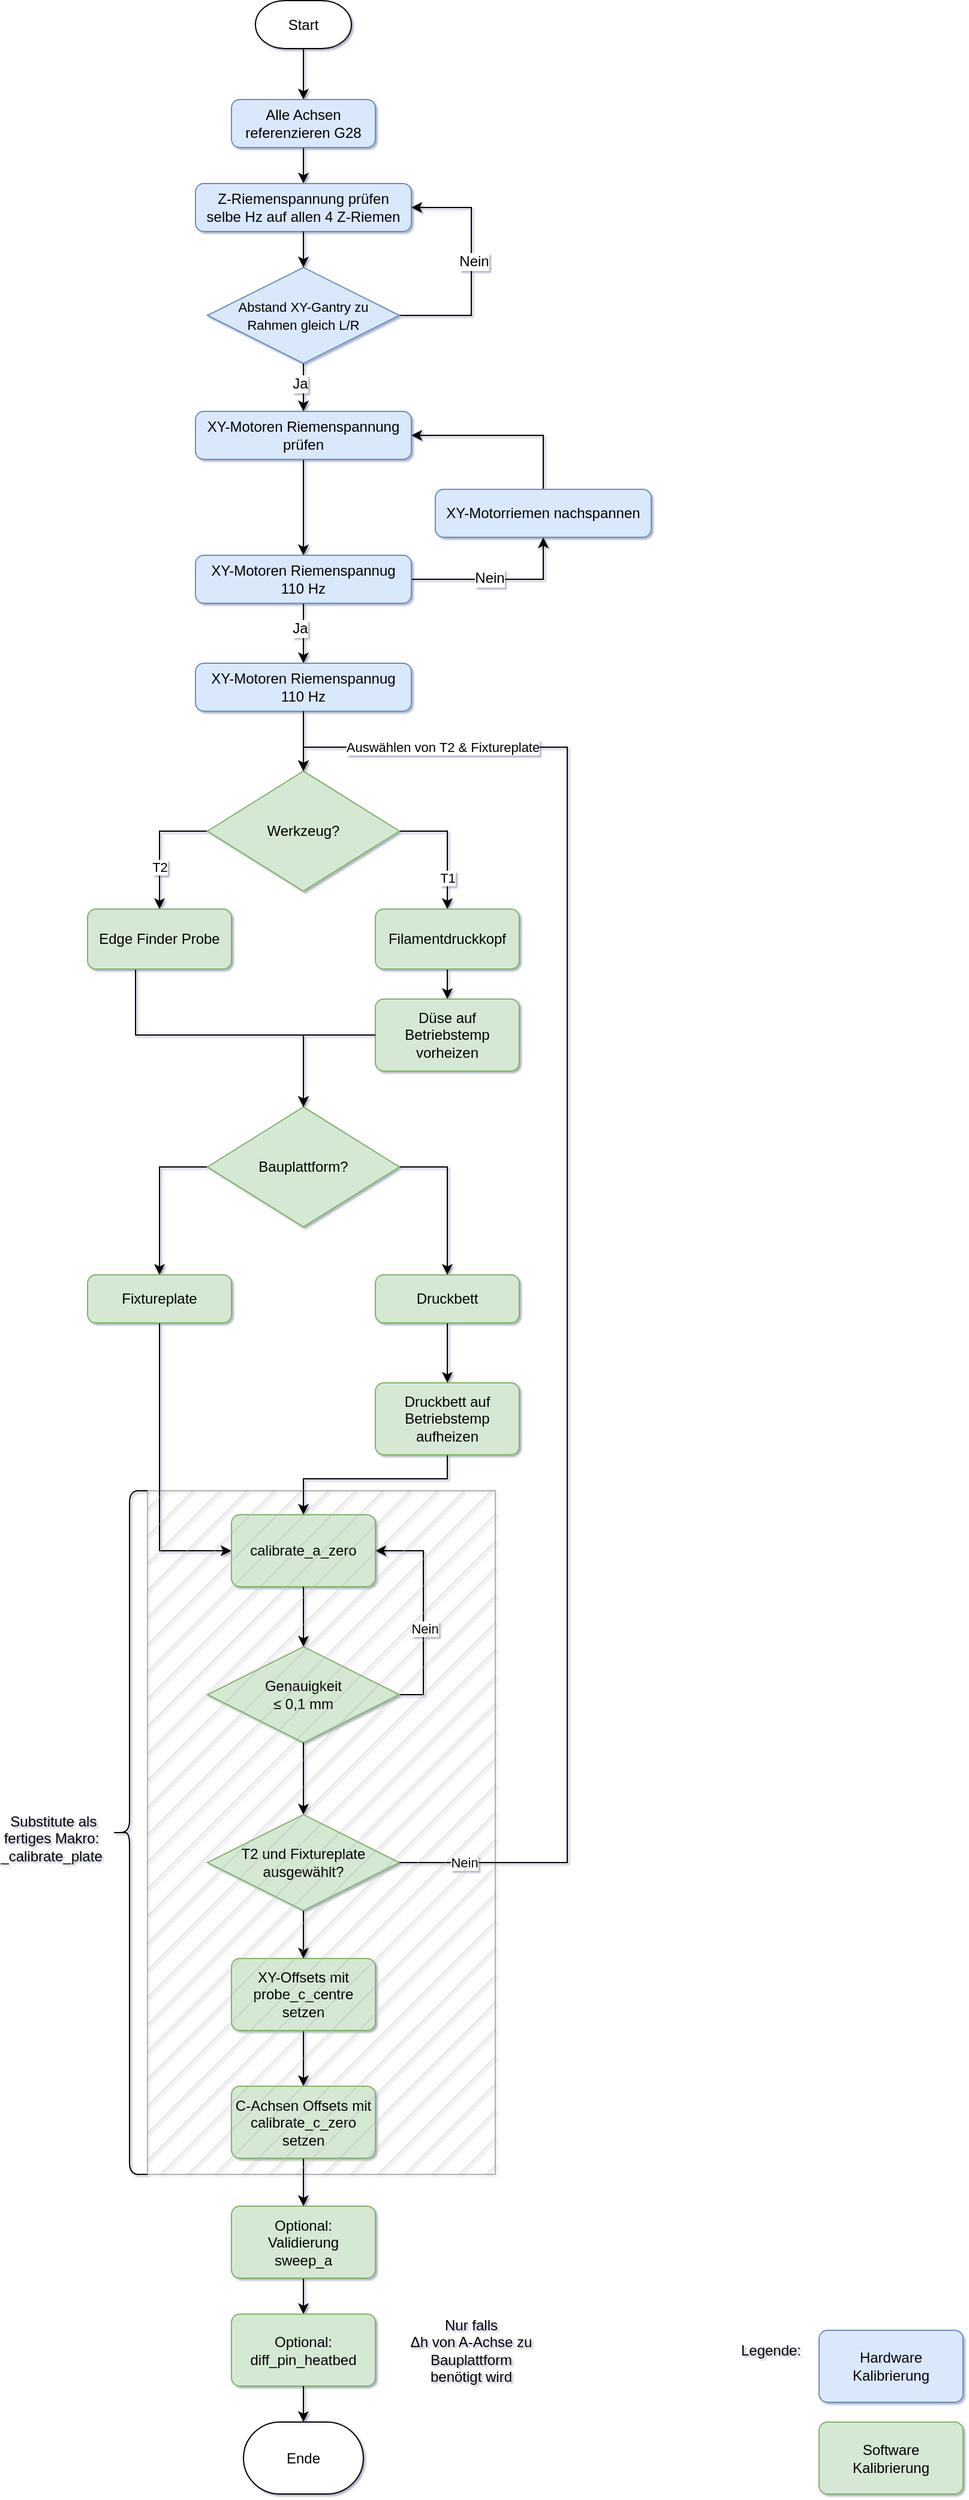
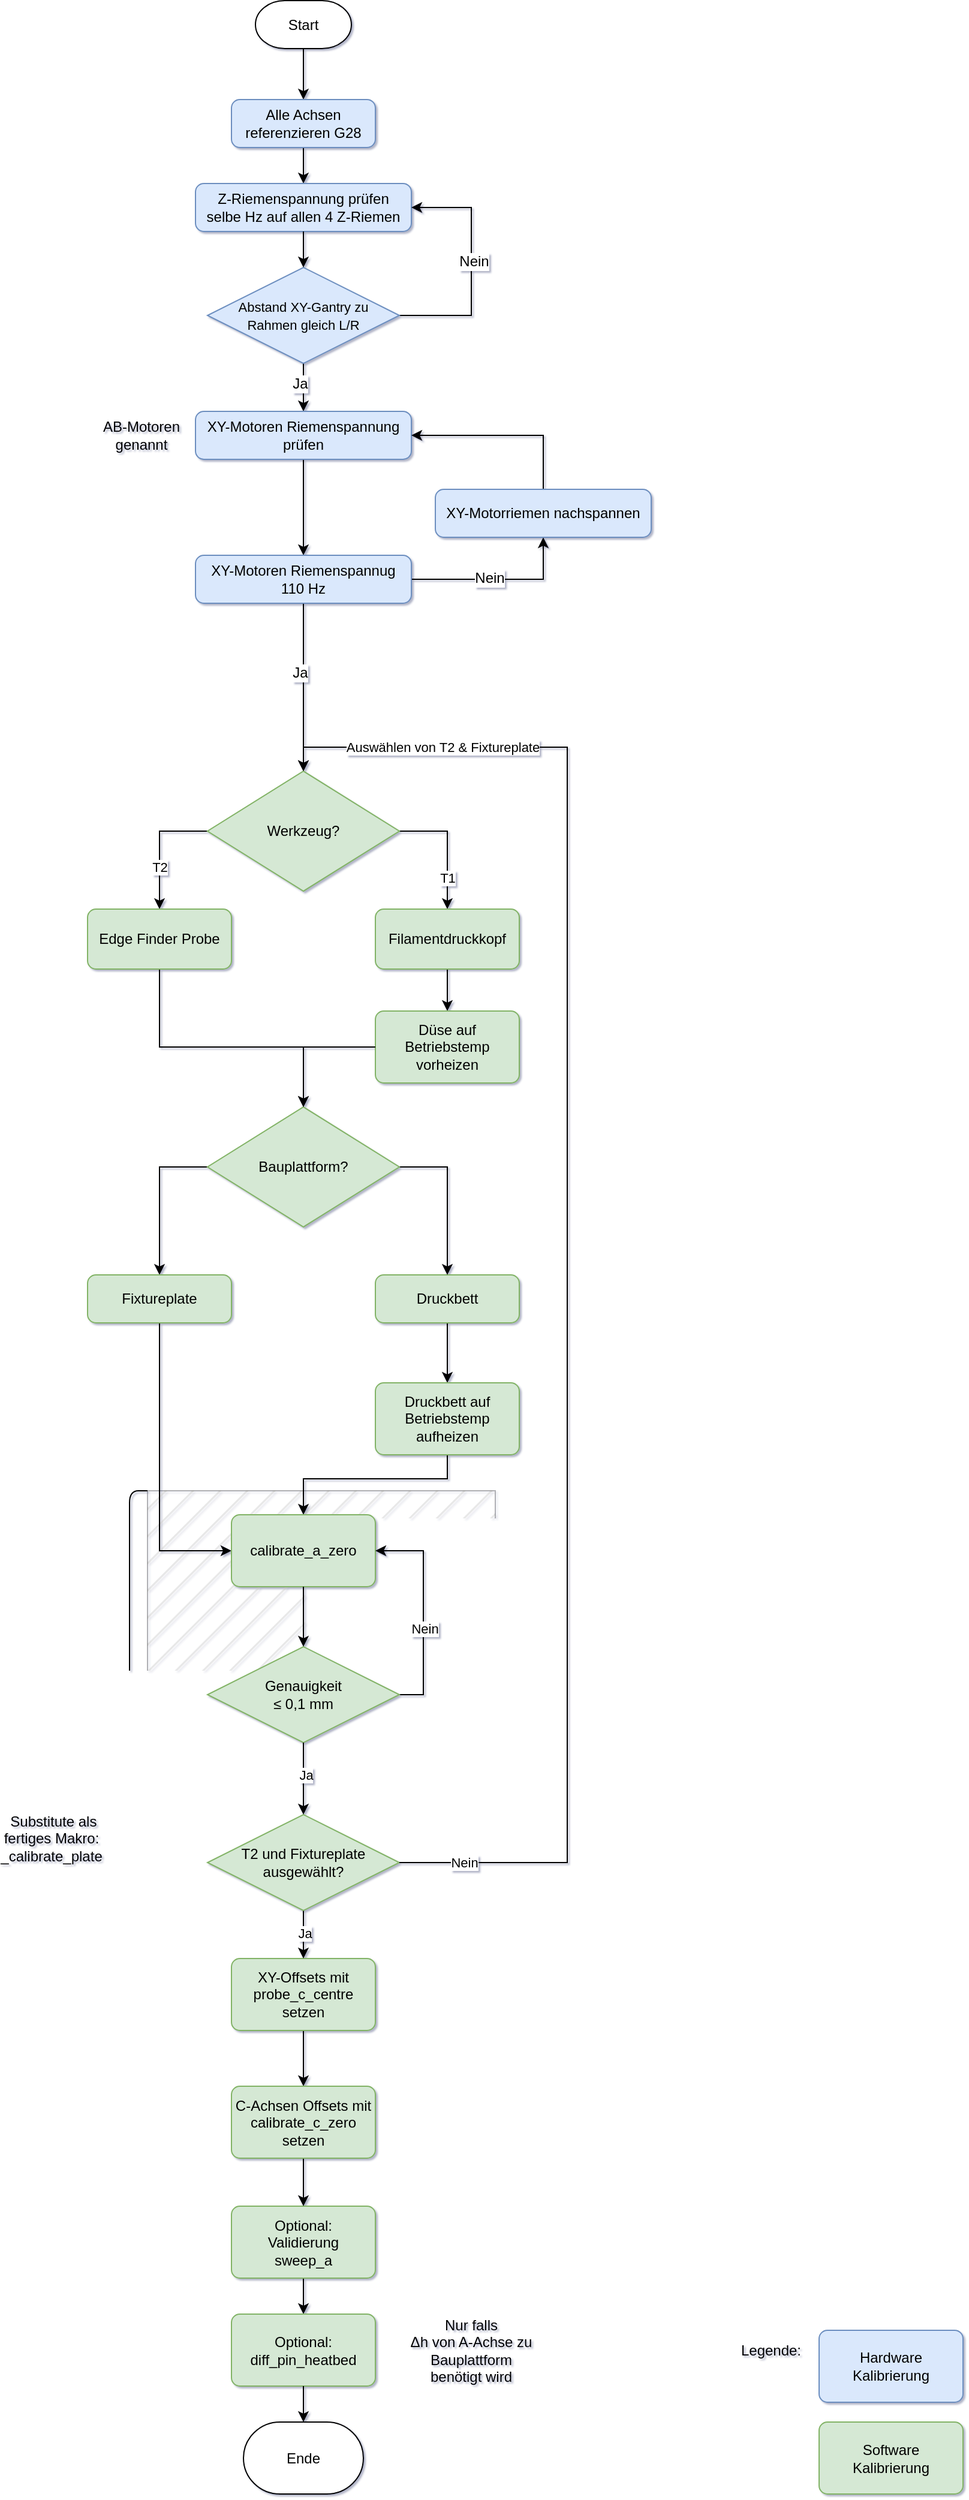
<mxfile host="app.diagrams.net" agent="5.0 (Windows NT 10.0; Win64; x64) AppleWebKit/537.36 (KHTML, like Gecko) Chrome/90.0.4430.212 Safari/537.36">
  <diagram name="Page-1" id="edf60f1a-56cd-e834-aa8a-f176f3a09ee4">
-     <mxGraphModel dx="1956" dy="1083" grid="1" gridSize="10" guides="1" tooltips="1" connect="1" arrows="1" fold="1" page="1" pageScale="1" pageWidth="827" pageHeight="1169" background="none" math="0" shadow="1">
+     <mxGraphModel dx="1131" dy="622" grid="1" gridSize="10" guides="1" tooltips="1" connect="1" arrows="1" fold="1" page="1" pageScale="1" pageWidth="827" pageHeight="1169" background="none" math="0" shadow="1">
      <root>
        <mxCell id="0" />
        <mxCell id="1" parent="0" />
+         <mxCell id="FIi98QtTblRB16goCm3a-30" connectable="0" parent="1" style="group" value="" vertex="1">
+           <mxGeometry height="570" width="320" x="100" y="1320" as="geometry" />
+         </mxCell>
+         <mxCell id="FIi98QtTblRB16goCm3a-29" parent="FIi98QtTblRB16goCm3a-30" style="whiteSpace=wrap;html=1;fillColor=#B3B3B3;fillStyle=hatch;gradientColor=none;opacity=30;" value="" vertex="1">
+           <mxGeometry height="569.9999999999999" width="290" x="30" as="geometry" />
+         </mxCell>
+         <mxCell id="FIi98QtTblRB16goCm3a-21" parent="FIi98QtTblRB16goCm3a-30" style="shape=curlyBracket;whiteSpace=wrap;html=1;rounded=1;labelPosition=left;verticalLabelPosition=middle;align=right;verticalAlign=middle;" value="" vertex="1">
+           <mxGeometry height="569.9999999999999" width="30" as="geometry" />
+         </mxCell>
        <mxCell id="6Rv4Ys9wquxRduYXBmIy-14" edge="1" parent="1" source="6Rv4Ys9wquxRduYXBmIy-1" style="edgeStyle=orthogonalEdgeStyle;rounded=0;orthogonalLoop=1;jettySize=auto;html=1;entryX=0.5;entryY=0;entryDx=0;entryDy=0;" target="_VjE9AJelsqWNRG-cR2B-2" value="">
          <mxGeometry relative="1" as="geometry">
            <mxPoint x="260" y="160" as="targetPoint" />
          </mxGeometry>
        </mxCell>
        <mxCell id="6Rv4Ys9wquxRduYXBmIy-1" parent="1" style="rounded=1;whiteSpace=wrap;html=1;strokeWidth=1;shape=mxgraph.flowchart.terminator;" value="Start" vertex="1">
          <mxGeometry height="40" width="80" x="220" y="77.5" as="geometry" />
        </mxCell>
        <mxCell id="_VjE9AJelsqWNRG-cR2B-6" edge="1" parent="1" source="_VjE9AJelsqWNRG-cR2B-2" style="edgeStyle=orthogonalEdgeStyle;rounded=0;orthogonalLoop=1;jettySize=auto;html=1;exitX=0.5;exitY=1;exitDx=0;exitDy=0;entryX=0.5;entryY=0;entryDx=0;entryDy=0;fontFamily=Helvetica;fontSize=12;fontColor=default;" target="_VjE9AJelsqWNRG-cR2B-5">
          <mxGeometry relative="1" as="geometry" />
        </mxCell>
        <mxCell id="_VjE9AJelsqWNRG-cR2B-2" parent="1" style="rounded=1;whiteSpace=wrap;html=1;absoluteArcSize=1;arcSize=14;strokeWidth=1;strokeColor=#6c8ebf;align=center;verticalAlign=middle;fontFamily=Helvetica;fontSize=12;fillColor=#dae8fc;" value="Alle Achsen referenzieren G28" vertex="1">
          <mxGeometry height="40" width="120" x="200" y="160" as="geometry" />
        </mxCell>
        <mxCell id="_VjE9AJelsqWNRG-cR2B-5" parent="1" style="rounded=1;whiteSpace=wrap;html=1;absoluteArcSize=1;arcSize=14;strokeWidth=1;strokeColor=#6c8ebf;align=center;verticalAlign=middle;fontFamily=Helvetica;fontSize=12;fillColor=#dae8fc;" value="Z-Riemenspannung prüfen&lt;div&gt;selbe Hz auf allen 4 Z-Riemen&lt;/div&gt;" vertex="1">
          <mxGeometry height="40" width="180" x="170" y="230" as="geometry" />
        </mxCell>
        <mxCell id="_VjE9AJelsqWNRG-cR2B-9" edge="1" parent="1" source="_VjE9AJelsqWNRG-cR2B-7" style="edgeStyle=orthogonalEdgeStyle;rounded=0;orthogonalLoop=1;jettySize=auto;html=1;exitX=1;exitY=0.5;exitDx=0;exitDy=0;exitPerimeter=0;entryX=1;entryY=0.5;entryDx=0;entryDy=0;fontFamily=Helvetica;fontSize=12;fontColor=default;" target="_VjE9AJelsqWNRG-cR2B-5">
          <mxGeometry relative="1" as="geometry">
            <Array as="points">
              <mxPoint x="400" y="340" />
              <mxPoint x="400" y="250" />
            </Array>
          </mxGeometry>
        </mxCell>
        <mxCell id="_VjE9AJelsqWNRG-cR2B-10" connectable="0" parent="_VjE9AJelsqWNRG-cR2B-9" style="edgeLabel;html=1;align=center;verticalAlign=middle;resizable=0;points=[];rounded=1;strokeColor=default;strokeWidth=1;arcSize=14;absoluteArcSize=1;fontFamily=Helvetica;fontSize=12;fontColor=default;fillColor=default;" value="Nein" vertex="1">
          <mxGeometry relative="1" x="0.0496" y="-2" as="geometry">
            <mxPoint as="offset" />
          </mxGeometry>
        </mxCell>
        <mxCell id="_VjE9AJelsqWNRG-cR2B-12" edge="1" parent="1" source="_VjE9AJelsqWNRG-cR2B-7" style="edgeStyle=orthogonalEdgeStyle;rounded=0;orthogonalLoop=1;jettySize=auto;html=1;exitX=0.5;exitY=1;exitDx=0;exitDy=0;exitPerimeter=0;entryX=0.5;entryY=0;entryDx=0;entryDy=0;fontFamily=Helvetica;fontSize=12;fontColor=default;" target="_VjE9AJelsqWNRG-cR2B-16">
          <mxGeometry relative="1" as="geometry">
            <mxPoint x="260" y="430" as="targetPoint" />
          </mxGeometry>
        </mxCell>
        <mxCell id="_VjE9AJelsqWNRG-cR2B-14" connectable="0" parent="_VjE9AJelsqWNRG-cR2B-12" style="edgeLabel;html=1;align=center;verticalAlign=middle;resizable=0;points=[];rounded=1;strokeColor=default;strokeWidth=1;arcSize=14;absoluteArcSize=1;fontFamily=Helvetica;fontSize=12;fontColor=default;fillColor=default;" value="Ja" vertex="1">
          <mxGeometry relative="1" x="-0.1467" y="-3" as="geometry">
            <mxPoint as="offset" />
          </mxGeometry>
        </mxCell>
        <mxCell id="_VjE9AJelsqWNRG-cR2B-7" parent="1" style="strokeWidth=1;html=1;shape=mxgraph.flowchart.decision;whiteSpace=wrap;rounded=1;strokeColor=#6c8ebf;align=center;verticalAlign=middle;arcSize=14;absoluteArcSize=1;fontFamily=Helvetica;fontSize=12;fillColor=#dae8fc;" value="&lt;font style=&quot;font-size: 11px;&quot;&gt;Abstand XY-Gantry zu&lt;br&gt;Rahmen gleich L/R&lt;/font&gt;" vertex="1">
          <mxGeometry height="80" width="160" x="180" y="300" as="geometry" />
        </mxCell>
        <mxCell id="_VjE9AJelsqWNRG-cR2B-8" edge="1" parent="1" source="_VjE9AJelsqWNRG-cR2B-5" style="edgeStyle=orthogonalEdgeStyle;rounded=0;orthogonalLoop=1;jettySize=auto;html=1;exitX=0.5;exitY=1;exitDx=0;exitDy=0;entryX=0.5;entryY=0;entryDx=0;entryDy=0;entryPerimeter=0;fontFamily=Helvetica;fontSize=12;fontColor=default;" target="_VjE9AJelsqWNRG-cR2B-7">
          <mxGeometry relative="1" as="geometry" />
        </mxCell>
        <mxCell id="_VjE9AJelsqWNRG-cR2B-20" edge="1" parent="1" source="_VjE9AJelsqWNRG-cR2B-16" style="edgeStyle=orthogonalEdgeStyle;rounded=0;orthogonalLoop=1;jettySize=auto;html=1;fontFamily=Helvetica;fontSize=12;fontColor=default;" target="_VjE9AJelsqWNRG-cR2B-19" value="">
          <mxGeometry relative="1" as="geometry" />
        </mxCell>
        <mxCell id="_VjE9AJelsqWNRG-cR2B-16" parent="1" style="rounded=1;whiteSpace=wrap;html=1;absoluteArcSize=1;arcSize=14;strokeWidth=1;strokeColor=#6c8ebf;align=center;verticalAlign=middle;fontFamily=Helvetica;fontSize=12;fillColor=#dae8fc;" value="XY-Motoren Riemenspannung prüfen" vertex="1">
          <mxGeometry height="40" width="180" x="170" y="420" as="geometry" />
        </mxCell>
        <mxCell id="_VjE9AJelsqWNRG-cR2B-23" edge="1" parent="1" source="_VjE9AJelsqWNRG-cR2B-19" style="edgeStyle=orthogonalEdgeStyle;rounded=0;orthogonalLoop=1;jettySize=auto;html=1;fontFamily=Helvetica;fontSize=12;fontColor=default;entryX=0.5;entryY=1;entryDx=0;entryDy=0;" target="_VjE9AJelsqWNRG-cR2B-22" value="">
          <mxGeometry relative="1" as="geometry" />
        </mxCell>
        <mxCell id="_VjE9AJelsqWNRG-cR2B-25" connectable="0" parent="_VjE9AJelsqWNRG-cR2B-23" style="edgeLabel;html=1;align=center;verticalAlign=middle;resizable=0;points=[];rounded=1;strokeColor=default;strokeWidth=1;arcSize=14;absoluteArcSize=1;fontFamily=Helvetica;fontSize=12;fontColor=default;fillColor=default;" value="Nein" vertex="1">
          <mxGeometry relative="1" x="-0.1088" y="1" as="geometry">
            <mxPoint as="offset" />
          </mxGeometry>
        </mxCell>
-         <mxCell id="_VjE9AJelsqWNRG-cR2B-27" edge="1" parent="1" source="_VjE9AJelsqWNRG-cR2B-19" style="edgeStyle=orthogonalEdgeStyle;rounded=0;orthogonalLoop=1;jettySize=auto;html=1;fontFamily=Helvetica;fontSize=12;fontColor=default;" target="_VjE9AJelsqWNRG-cR2B-26" value="">
-           <mxGeometry relative="1" as="geometry" />
+         <mxCell id="_VjE9AJelsqWNRG-cR2B-27" edge="1" parent="1" source="_VjE9AJelsqWNRG-cR2B-19" style="edgeStyle=orthogonalEdgeStyle;rounded=0;orthogonalLoop=1;jettySize=auto;html=1;fontFamily=Helvetica;fontSize=12;fontColor=default;entryX=0.5;entryY=0;entryDx=0;entryDy=0;entryPerimeter=0;" target="_VjE9AJelsqWNRG-cR2B-31" value="">
+           <mxGeometry relative="1" as="geometry">
+             <mxPoint x="260" y="630" as="targetPoint" />
+           </mxGeometry>
        </mxCell>
        <mxCell id="_VjE9AJelsqWNRG-cR2B-28" connectable="0" parent="_VjE9AJelsqWNRG-cR2B-27" style="edgeLabel;html=1;align=center;verticalAlign=middle;resizable=0;points=[];rounded=1;strokeColor=default;strokeWidth=1;arcSize=14;absoluteArcSize=1;fontFamily=Helvetica;fontSize=12;fontColor=default;fillColor=default;" value="Ja" vertex="1">
          <mxGeometry relative="1" x="-0.176" y="-3" as="geometry">
            <mxPoint as="offset" />
          </mxGeometry>
        </mxCell>
        <mxCell id="_VjE9AJelsqWNRG-cR2B-19" parent="1" style="rounded=1;whiteSpace=wrap;html=1;absoluteArcSize=1;arcSize=14;strokeWidth=1;strokeColor=#6c8ebf;align=center;verticalAlign=middle;fontFamily=Helvetica;fontSize=12;fillColor=#dae8fc;" value="XY-Motoren Riemenspannug&lt;div&gt;110 Hz&lt;/div&gt;" vertex="1">
          <mxGeometry height="40" width="180" x="170" y="540" as="geometry" />
        </mxCell>
        <mxCell id="_VjE9AJelsqWNRG-cR2B-24" edge="1" parent="1" source="_VjE9AJelsqWNRG-cR2B-22" style="edgeStyle=orthogonalEdgeStyle;rounded=0;orthogonalLoop=1;jettySize=auto;html=1;exitX=0.5;exitY=0;exitDx=0;exitDy=0;entryX=1;entryY=0.5;entryDx=0;entryDy=0;fontFamily=Helvetica;fontSize=12;fontColor=default;" target="_VjE9AJelsqWNRG-cR2B-16">
          <mxGeometry relative="1" as="geometry" />
        </mxCell>
        <mxCell id="_VjE9AJelsqWNRG-cR2B-22" parent="1" style="rounded=1;whiteSpace=wrap;html=1;absoluteArcSize=1;arcSize=14;strokeWidth=1;strokeColor=#6c8ebf;align=center;verticalAlign=middle;fontFamily=Helvetica;fontSize=12;fillColor=#dae8fc;" value="XY-Motorriemen nachspannen" vertex="1">
          <mxGeometry height="40" width="180" x="370" y="485" as="geometry" />
-         </mxCell>
-         <mxCell id="_VjE9AJelsqWNRG-cR2B-26" parent="1" style="rounded=1;whiteSpace=wrap;html=1;absoluteArcSize=1;arcSize=14;strokeWidth=1;strokeColor=#6c8ebf;align=center;verticalAlign=middle;fontFamily=Helvetica;fontSize=12;fillColor=#dae8fc;" value="XY-Motoren Riemenspannug&lt;div&gt;110 Hz&lt;/div&gt;" vertex="1">
-           <mxGeometry height="40" width="180" x="170" y="630" as="geometry" />
        </mxCell>
        <mxCell id="yzWLUrRVBPCjE_x2O5sb-3" edge="1" parent="1" source="_VjE9AJelsqWNRG-cR2B-31" style="edgeStyle=orthogonalEdgeStyle;rounded=0;orthogonalLoop=1;jettySize=auto;html=1;exitX=0;exitY=0.5;exitDx=0;exitDy=0;exitPerimeter=0;entryX=0.5;entryY=0;entryDx=0;entryDy=0;" target="_VjE9AJelsqWNRG-cR2B-47">
          <mxGeometry relative="1" as="geometry" />
        </mxCell>
        <mxCell id="yzWLUrRVBPCjE_x2O5sb-6" connectable="0" parent="yzWLUrRVBPCjE_x2O5sb-3" style="edgeLabel;html=1;align=center;verticalAlign=middle;resizable=0;points=[];" value="T2" vertex="1">
          <mxGeometry relative="1" x="0.0798" y="-2" as="geometry">
            <mxPoint x="2" y="13" as="offset" />
          </mxGeometry>
        </mxCell>
        <mxCell id="yzWLUrRVBPCjE_x2O5sb-4" edge="1" parent="1" source="_VjE9AJelsqWNRG-cR2B-31" style="edgeStyle=orthogonalEdgeStyle;rounded=0;orthogonalLoop=1;jettySize=auto;html=1;exitX=1;exitY=0.5;exitDx=0;exitDy=0;exitPerimeter=0;entryX=0.5;entryY=0;entryDx=0;entryDy=0;" target="_VjE9AJelsqWNRG-cR2B-33">
          <mxGeometry relative="1" as="geometry" />
        </mxCell>
        <mxCell id="yzWLUrRVBPCjE_x2O5sb-5" connectable="0" parent="yzWLUrRVBPCjE_x2O5sb-4" style="edgeLabel;html=1;align=center;verticalAlign=middle;resizable=0;points=[];" value="T1" vertex="1">
          <mxGeometry relative="1" x="0.1738" y="2" as="geometry">
            <mxPoint x="-2" y="17" as="offset" />
          </mxGeometry>
        </mxCell>
        <mxCell id="_VjE9AJelsqWNRG-cR2B-31" parent="1" style="strokeWidth=1;html=1;shape=mxgraph.flowchart.decision;whiteSpace=wrap;rounded=1;align=center;verticalAlign=middle;arcSize=14;absoluteArcSize=1;fontFamily=Helvetica;fontSize=12;fillColor=#d5e8d4;strokeColor=#82b366;" value="Werkzeug?" vertex="1">
          <mxGeometry height="100" width="160" x="180" y="720" as="geometry" />
        </mxCell>
-         <mxCell id="_VjE9AJelsqWNRG-cR2B-32" edge="1" parent="1" source="_VjE9AJelsqWNRG-cR2B-26" style="edgeStyle=orthogonalEdgeStyle;rounded=0;orthogonalLoop=1;jettySize=auto;html=1;exitX=0.5;exitY=1;exitDx=0;exitDy=0;entryX=0.5;entryY=0;entryDx=0;entryDy=0;entryPerimeter=0;fontFamily=Helvetica;fontSize=12;fontColor=default;" target="_VjE9AJelsqWNRG-cR2B-31">
-           <mxGeometry relative="1" as="geometry" />
-         </mxCell>
        <mxCell id="yzWLUrRVBPCjE_x2O5sb-7" edge="1" parent="1" source="_VjE9AJelsqWNRG-cR2B-33" style="edgeStyle=orthogonalEdgeStyle;rounded=0;orthogonalLoop=1;jettySize=auto;html=1;exitX=0.5;exitY=1;exitDx=0;exitDy=0;entryX=0.5;entryY=0;entryDx=0;entryDy=0;" target="_VjE9AJelsqWNRG-cR2B-52">
          <mxGeometry relative="1" as="geometry" />
        </mxCell>
        <mxCell id="_VjE9AJelsqWNRG-cR2B-33" parent="1" style="whiteSpace=wrap;html=1;strokeWidth=1;rounded=1;arcSize=14;absoluteArcSize=1;fillColor=#d5e8d4;strokeColor=#82b366;" value="Filamentdruckkopf" vertex="1">
          <mxGeometry height="50" width="120" x="320" y="835" as="geometry" />
        </mxCell>
        <mxCell id="-hY4OvKay7_CAMQPIOxO-2" edge="1" parent="1" source="_VjE9AJelsqWNRG-cR2B-36" style="edgeStyle=orthogonalEdgeStyle;rounded=0;orthogonalLoop=1;jettySize=auto;html=1;" target="-hY4OvKay7_CAMQPIOxO-1" value="">
          <mxGeometry relative="1" as="geometry" />
        </mxCell>
        <mxCell id="_VjE9AJelsqWNRG-cR2B-36" parent="1" style="whiteSpace=wrap;html=1;strokeWidth=1;rounded=1;arcSize=14;absoluteArcSize=1;fillColor=#d5e8d4;strokeColor=#82b366;" value="Druckbett" vertex="1">
          <mxGeometry height="40" width="120" x="320" y="1140" as="geometry" />
        </mxCell>
        <mxCell id="_VjE9AJelsqWNRG-cR2B-73" edge="1" parent="1" source="_VjE9AJelsqWNRG-cR2B-42" style="edgeStyle=orthogonalEdgeStyle;rounded=0;orthogonalLoop=1;jettySize=auto;html=1;exitX=1;exitY=0.5;exitDx=0;exitDy=0;exitPerimeter=0;entryX=0.5;entryY=0;entryDx=0;entryDy=0;fontFamily=Helvetica;fontSize=12;fontColor=default;" target="_VjE9AJelsqWNRG-cR2B-36">
          <mxGeometry relative="1" as="geometry" />
        </mxCell>
        <mxCell id="_VjE9AJelsqWNRG-cR2B-74" edge="1" parent="1" source="_VjE9AJelsqWNRG-cR2B-42" style="edgeStyle=orthogonalEdgeStyle;rounded=0;orthogonalLoop=1;jettySize=auto;html=1;exitX=0;exitY=0.5;exitDx=0;exitDy=0;exitPerimeter=0;entryX=0.5;entryY=0;entryDx=0;entryDy=0;fontFamily=Helvetica;fontSize=12;fontColor=default;" target="_VjE9AJelsqWNRG-cR2B-45">
          <mxGeometry relative="1" as="geometry" />
        </mxCell>
        <mxCell id="_VjE9AJelsqWNRG-cR2B-42" parent="1" style="strokeWidth=1;html=1;shape=mxgraph.flowchart.decision;whiteSpace=wrap;rounded=1;align=center;verticalAlign=middle;arcSize=14;absoluteArcSize=1;fontFamily=Helvetica;fontSize=12;fillColor=#d5e8d4;strokeColor=#82b366;" value="Bauplattform?" vertex="1">
          <mxGeometry height="100" width="160" x="180" y="1000" as="geometry" />
        </mxCell>
        <mxCell id="yzWLUrRVBPCjE_x2O5sb-12" edge="1" parent="1" source="_VjE9AJelsqWNRG-cR2B-45" style="edgeStyle=orthogonalEdgeStyle;rounded=0;orthogonalLoop=1;jettySize=auto;html=1;entryX=0;entryY=0.5;entryDx=0;entryDy=0;" target="-hY4OvKay7_CAMQPIOxO-3" value="">
          <mxGeometry relative="1" as="geometry">
            <mxPoint x="140" y="1230" as="targetPoint" />
          </mxGeometry>
        </mxCell>
        <mxCell id="_VjE9AJelsqWNRG-cR2B-45" parent="1" style="whiteSpace=wrap;html=1;strokeWidth=1;rounded=1;arcSize=14;absoluteArcSize=1;fillColor=#d5e8d4;strokeColor=#82b366;" value="Fixtureplate" vertex="1">
          <mxGeometry height="40" width="120" x="80" y="1140" as="geometry" />
        </mxCell>
-         <mxCell id="yzWLUrRVBPCjE_x2O5sb-10" edge="1" parent="1" source="_VjE9AJelsqWNRG-cR2B-47" style="edgeStyle=orthogonalEdgeStyle;rounded=0;orthogonalLoop=1;jettySize=auto;html=1;exitX=0.5;exitY=1;exitDx=0;exitDy=0;">
-           <mxGeometry relative="1" as="geometry">
-             <Array as="points">
-               <mxPoint x="120" y="940" />
-               <mxPoint x="260" y="940" />
+         <mxCell id="O208lChFFnD3IIj3Fjv--3" edge="1" parent="1" source="_VjE9AJelsqWNRG-cR2B-47" style="edgeStyle=orthogonalEdgeStyle;rounded=0;orthogonalLoop=1;jettySize=auto;html=1;exitX=0.5;exitY=1;exitDx=0;exitDy=0;">
+           <mxGeometry relative="1" as="geometry">
+             <Array as="points">
+               <mxPoint x="140" y="950" />
+               <mxPoint x="260" y="950" />
            </Array>
            <mxPoint x="260" y="1000" as="targetPoint" />
          </mxGeometry>
        </mxCell>
        <mxCell id="_VjE9AJelsqWNRG-cR2B-47" parent="1" style="whiteSpace=wrap;html=1;strokeWidth=1;rounded=1;arcSize=14;absoluteArcSize=1;fillColor=#d5e8d4;strokeColor=#82b366;" value="Edge Finder Probe" vertex="1">
          <mxGeometry height="50" width="120" x="80" y="835" as="geometry" />
        </mxCell>
        <mxCell id="_VjE9AJelsqWNRG-cR2B-52" parent="1" style="whiteSpace=wrap;html=1;strokeWidth=1;rounded=1;arcSize=14;absoluteArcSize=1;fillColor=#d5e8d4;strokeColor=#82b366;" value="Düse auf Betriebstemp vorheizen" vertex="1">
-           <mxGeometry height="60" width="120" x="320" y="910" as="geometry" />
+           <mxGeometry height="60" width="120" x="320" y="920" as="geometry" />
        </mxCell>
        <mxCell id="yzWLUrRVBPCjE_x2O5sb-14" edge="1" parent="1" source="-hY4OvKay7_CAMQPIOxO-1" style="edgeStyle=orthogonalEdgeStyle;rounded=0;orthogonalLoop=1;jettySize=auto;html=1;exitX=0.5;exitY=1;exitDx=0;exitDy=0;entryX=0.5;entryY=0;entryDx=0;entryDy=0;" target="-hY4OvKay7_CAMQPIOxO-3">
          <mxGeometry relative="1" as="geometry">
            <Array as="points">
              <mxPoint x="380" y="1310" />
              <mxPoint x="260" y="1310" />
            </Array>
          </mxGeometry>
        </mxCell>
        <mxCell id="-hY4OvKay7_CAMQPIOxO-1" parent="1" style="whiteSpace=wrap;html=1;strokeWidth=1;rounded=1;arcSize=14;absoluteArcSize=1;fillColor=#d5e8d4;strokeColor=#82b366;" value="Druckbett auf Betriebstemp&lt;br&gt;aufheizen" vertex="1">
          <mxGeometry height="60" width="120" x="320" y="1230" as="geometry" />
        </mxCell>
        <mxCell id="-hY4OvKay7_CAMQPIOxO-3" parent="1" style="whiteSpace=wrap;html=1;strokeWidth=1;rounded=1;arcSize=14;absoluteArcSize=1;fillColor=#d5e8d4;strokeColor=#82b366;" value="calibrate_a_zero" vertex="1">
          <mxGeometry height="60" width="120" x="200" y="1340" as="geometry" />
        </mxCell>
        <mxCell id="-hY4OvKay7_CAMQPIOxO-7" edge="1" parent="1" source="-hY4OvKay7_CAMQPIOxO-5" style="edgeStyle=orthogonalEdgeStyle;rounded=0;orthogonalLoop=1;jettySize=auto;html=1;exitX=1;exitY=0.5;exitDx=0;exitDy=0;exitPerimeter=0;entryX=1;entryY=0.5;entryDx=0;entryDy=0;" target="-hY4OvKay7_CAMQPIOxO-3">
          <mxGeometry relative="1" as="geometry" />
        </mxCell>
        <mxCell id="-hY4OvKay7_CAMQPIOxO-8" connectable="0" parent="-hY4OvKay7_CAMQPIOxO-7" style="edgeLabel;html=1;align=center;verticalAlign=middle;resizable=0;points=[];" value="Nein" vertex="1">
          <mxGeometry relative="1" x="-0.1603" y="-1" as="geometry">
            <mxPoint as="offset" />
          </mxGeometry>
        </mxCell>
        <mxCell id="-hY4OvKay7_CAMQPIOxO-5" parent="1" style="strokeWidth=1;html=1;shape=mxgraph.flowchart.decision;whiteSpace=wrap;rounded=1;align=center;verticalAlign=middle;arcSize=14;absoluteArcSize=1;fontFamily=Helvetica;fontSize=12;fillColor=#d5e8d4;strokeColor=#82b366;" value="Genauigkeit&lt;br&gt;≤ 0,1 mm" vertex="1">
          <mxGeometry height="80" width="160" x="180" y="1450" as="geometry" />
        </mxCell>
        <mxCell id="-hY4OvKay7_CAMQPIOxO-6" edge="1" parent="1" source="-hY4OvKay7_CAMQPIOxO-3" style="edgeStyle=orthogonalEdgeStyle;rounded=0;orthogonalLoop=1;jettySize=auto;html=1;exitX=0.5;exitY=1;exitDx=0;exitDy=0;entryX=0.5;entryY=0;entryDx=0;entryDy=0;entryPerimeter=0;" target="-hY4OvKay7_CAMQPIOxO-5">
          <mxGeometry relative="1" as="geometry" />
        </mxCell>
        <mxCell id="FIi98QtTblRB16goCm3a-5" edge="1" parent="1" source="-hY4OvKay7_CAMQPIOxO-9" style="edgeStyle=orthogonalEdgeStyle;rounded=0;orthogonalLoop=1;jettySize=auto;html=1;exitX=0.5;exitY=1;exitDx=0;exitDy=0;entryX=0.5;entryY=0;entryDx=0;entryDy=0;" target="FIi98QtTblRB16goCm3a-4">
          <mxGeometry relative="1" as="geometry" />
        </mxCell>
        <mxCell id="-hY4OvKay7_CAMQPIOxO-9" parent="1" style="whiteSpace=wrap;html=1;strokeWidth=1;rounded=1;arcSize=14;absoluteArcSize=1;fillColor=#d5e8d4;strokeColor=#82b366;" value="Optional: &lt;br&gt;Validierung&lt;br&gt;sweep_a" vertex="1">
          <mxGeometry height="60" width="120" x="200" y="1916.5" as="geometry" />
        </mxCell>
        <mxCell id="-hY4OvKay7_CAMQPIOxO-11" parent="1" style="strokeWidth=1;html=1;shape=mxgraph.flowchart.terminator;whiteSpace=wrap;" value="Ende" vertex="1">
          <mxGeometry height="60" width="100" x="210" y="2096.5" as="geometry" />
        </mxCell>
-         <mxCell id="yzWLUrRVBPCjE_x2O5sb-9" edge="1" parent="1" source="_VjE9AJelsqWNRG-cR2B-52" style="edgeStyle=orthogonalEdgeStyle;rounded=0;orthogonalLoop=1;jettySize=auto;html=1;exitX=0;exitY=0.5;exitDx=0;exitDy=0;entryX=0.5;entryY=0;entryDx=0;entryDy=0;entryPerimeter=0;" target="_VjE9AJelsqWNRG-cR2B-42">
-           <mxGeometry relative="1" as="geometry">
-             <Array as="points">
-               <mxPoint x="260" y="940" />
-             </Array>
-           </mxGeometry>
-         </mxCell>
        <mxCell id="yzWLUrRVBPCjE_x2O5sb-18" edge="1" parent="1" source="yzWLUrRVBPCjE_x2O5sb-15" style="edgeStyle=orthogonalEdgeStyle;rounded=0;orthogonalLoop=1;jettySize=auto;html=1;" target="yzWLUrRVBPCjE_x2O5sb-17" value="">
          <mxGeometry relative="1" as="geometry" />
        </mxCell>
        <mxCell id="yzWLUrRVBPCjE_x2O5sb-15" parent="1" style="whiteSpace=wrap;html=1;strokeWidth=1;rounded=1;arcSize=14;absoluteArcSize=1;fillColor=#d5e8d4;strokeColor=#82b366;" value="XY-Offsets mit&lt;div&gt;probe_c_centre setzen&lt;/div&gt;" vertex="1">
          <mxGeometry height="60" width="120" x="200" y="1710" as="geometry" />
        </mxCell>
        <mxCell id="yzWLUrRVBPCjE_x2O5sb-19" edge="1" parent="1" source="yzWLUrRVBPCjE_x2O5sb-17" style="edgeStyle=orthogonalEdgeStyle;rounded=0;orthogonalLoop=1;jettySize=auto;html=1;exitX=0.5;exitY=1;exitDx=0;exitDy=0;entryX=0.5;entryY=0;entryDx=0;entryDy=0;" target="-hY4OvKay7_CAMQPIOxO-9">
          <mxGeometry relative="1" as="geometry" />
        </mxCell>
        <mxCell id="yzWLUrRVBPCjE_x2O5sb-17" parent="1" style="whiteSpace=wrap;html=1;strokeWidth=1;rounded=1;arcSize=14;absoluteArcSize=1;fillColor=#d5e8d4;strokeColor=#82b366;" value="C-Achsen Offsets mit calibrate_c_zero setzen" vertex="1">
          <mxGeometry height="60" width="120" x="200" y="1816.5" as="geometry" />
        </mxCell>
        <mxCell id="FIi98QtTblRB16goCm3a-4" parent="1" style="whiteSpace=wrap;html=1;strokeWidth=1;rounded=1;arcSize=14;absoluteArcSize=1;fillColor=#d5e8d4;strokeColor=#82b366;" value="Optional: &lt;br&gt;diff_pin_heatbed" vertex="1">
          <mxGeometry height="60" width="120" x="200" y="2006.5" as="geometry" />
        </mxCell>
        <mxCell id="FIi98QtTblRB16goCm3a-6" edge="1" parent="1" source="FIi98QtTblRB16goCm3a-4" style="edgeStyle=orthogonalEdgeStyle;rounded=0;orthogonalLoop=1;jettySize=auto;html=1;exitX=0.5;exitY=1;exitDx=0;exitDy=0;entryX=0.5;entryY=0;entryDx=0;entryDy=0;entryPerimeter=0;" target="-hY4OvKay7_CAMQPIOxO-11">
          <mxGeometry relative="1" as="geometry" />
        </mxCell>
        <mxCell id="FIi98QtTblRB16goCm3a-8" parent="1" style="text;html=1;whiteSpace=wrap;strokeColor=none;fillColor=none;align=center;verticalAlign=middle;rounded=0;" value="Nur falls&lt;div&gt;Δh von A-Achse zu Bauplattform&lt;/div&gt;&lt;div&gt;benötigt wird&lt;/div&gt;" vertex="1">
          <mxGeometry height="30" width="140" x="330" y="2021.5" as="geometry" />
        </mxCell>
        <mxCell id="FIi98QtTblRB16goCm3a-20" edge="1" parent="1" source="FIi98QtTblRB16goCm3a-15" style="edgeStyle=orthogonalEdgeStyle;rounded=0;orthogonalLoop=1;jettySize=auto;html=1;exitX=0.5;exitY=1;exitDx=0;exitDy=0;exitPerimeter=0;entryX=0.5;entryY=0;entryDx=0;entryDy=0;" target="yzWLUrRVBPCjE_x2O5sb-15">
          <mxGeometry relative="1" as="geometry" />
        </mxCell>
+         <mxCell id="O208lChFFnD3IIj3Fjv--5" connectable="0" parent="FIi98QtTblRB16goCm3a-20" style="edgeLabel;html=1;align=center;verticalAlign=middle;resizable=0;points=[];" value="Ja" vertex="1">
+           <mxGeometry relative="1" x="-0.04" y="1" as="geometry">
+             <mxPoint as="offset" />
+           </mxGeometry>
+         </mxCell>
        <mxCell id="FIi98QtTblRB16goCm3a-15" parent="1" style="strokeWidth=1;html=1;shape=mxgraph.flowchart.decision;whiteSpace=wrap;rounded=1;align=center;verticalAlign=middle;arcSize=14;absoluteArcSize=1;fontFamily=Helvetica;fontSize=12;fillColor=#d5e8d4;strokeColor=#82b366;" value="T2 und Fixtureplate ausgewählt?" vertex="1">
          <mxGeometry height="80" width="160" x="180" y="1590" as="geometry" />
        </mxCell>
        <mxCell id="FIi98QtTblRB16goCm3a-16" edge="1" parent="1" source="-hY4OvKay7_CAMQPIOxO-5" style="edgeStyle=orthogonalEdgeStyle;rounded=0;orthogonalLoop=1;jettySize=auto;html=1;exitX=0.5;exitY=1;exitDx=0;exitDy=0;exitPerimeter=0;entryX=0.5;entryY=0;entryDx=0;entryDy=0;entryPerimeter=0;" target="FIi98QtTblRB16goCm3a-15">
          <mxGeometry relative="1" as="geometry" />
+         </mxCell>
+         <mxCell id="O208lChFFnD3IIj3Fjv--4" connectable="0" parent="FIi98QtTblRB16goCm3a-16" style="edgeLabel;html=1;align=center;verticalAlign=middle;resizable=0;points=[];" value="Ja" vertex="1">
+           <mxGeometry relative="1" x="-0.12" y="2" as="geometry">
+             <mxPoint as="offset" />
+           </mxGeometry>
        </mxCell>
        <mxCell id="FIi98QtTblRB16goCm3a-17" edge="1" parent="1" source="FIi98QtTblRB16goCm3a-15" style="edgeStyle=orthogonalEdgeStyle;rounded=0;orthogonalLoop=1;jettySize=auto;html=1;exitX=1;exitY=0.5;exitDx=0;exitDy=0;exitPerimeter=0;entryX=0.5;entryY=0;entryDx=0;entryDy=0;entryPerimeter=0;" target="_VjE9AJelsqWNRG-cR2B-31">
          <mxGeometry relative="1" as="geometry">
            <Array as="points">
              <mxPoint x="480" y="1630" />
              <mxPoint x="480" y="700" />
              <mxPoint x="260" y="700" />
            </Array>
          </mxGeometry>
        </mxCell>
        <mxCell id="FIi98QtTblRB16goCm3a-18" connectable="0" parent="FIi98QtTblRB16goCm3a-17" style="edgeLabel;html=1;align=center;verticalAlign=middle;resizable=0;points=[];" value="Nein" vertex="1">
          <mxGeometry relative="1" x="-0.9178" as="geometry">
            <mxPoint as="offset" />
          </mxGeometry>
        </mxCell>
        <mxCell id="FIi98QtTblRB16goCm3a-28" connectable="0" parent="FIi98QtTblRB16goCm3a-17" style="edgeLabel;html=1;align=center;verticalAlign=middle;resizable=0;points=[];" value="Auswählen von T2 &amp;amp; Fixtureplate" vertex="1">
          <mxGeometry relative="1" x="0.7933" as="geometry">
            <mxPoint as="offset" />
          </mxGeometry>
        </mxCell>
        <mxCell id="FIi98QtTblRB16goCm3a-22" parent="1" style="text;html=1;whiteSpace=wrap;strokeColor=none;fillColor=none;align=center;verticalAlign=middle;rounded=0;" value="&amp;nbsp;Substitute als fertiges Makro: _calibrate_plate" vertex="1">
          <mxGeometry height="30" width="60" x="20" y="1595" as="geometry" />
        </mxCell>
        <mxCell id="FIi98QtTblRB16goCm3a-25" parent="1" style="whiteSpace=wrap;html=1;strokeWidth=1;rounded=1;arcSize=14;absoluteArcSize=1;fillColor=#d5e8d4;strokeColor=#82b366;" value="Software&lt;div&gt;Kalibrierung&lt;/div&gt;" vertex="1">
          <mxGeometry height="60" width="120" x="690" y="2096.5" as="geometry" />
        </mxCell>
        <mxCell id="FIi98QtTblRB16goCm3a-26" parent="1" style="whiteSpace=wrap;html=1;strokeWidth=1;rounded=1;arcSize=14;absoluteArcSize=1;fillColor=#dae8fc;strokeColor=#6c8ebf;" value="Hardware&lt;br&gt;Kalibrierung" vertex="1">
          <mxGeometry height="60" width="120" x="690" y="2020" as="geometry" />
        </mxCell>
        <mxCell id="FIi98QtTblRB16goCm3a-27" parent="1" style="text;html=1;whiteSpace=wrap;strokeColor=none;fillColor=none;align=center;verticalAlign=middle;rounded=0;" value="Legende:" vertex="1">
          <mxGeometry height="30" width="60" x="620" y="2021.5" as="geometry" />
        </mxCell>
-         <mxCell id="FIi98QtTblRB16goCm3a-30" connectable="0" parent="1" style="group" value="" vertex="1">
-           <mxGeometry height="570" width="320" x="100" y="1320" as="geometry" />
-         </mxCell>
-         <mxCell id="FIi98QtTblRB16goCm3a-21" parent="FIi98QtTblRB16goCm3a-30" style="shape=curlyBracket;whiteSpace=wrap;html=1;rounded=1;labelPosition=left;verticalLabelPosition=middle;align=right;verticalAlign=middle;" value="" vertex="1">
-           <mxGeometry height="569.9999999999999" width="30" as="geometry" />
-         </mxCell>
-         <mxCell id="FIi98QtTblRB16goCm3a-29" parent="FIi98QtTblRB16goCm3a-30" style="whiteSpace=wrap;html=1;fillColor=#B3B3B3;fillStyle=hatch;gradientColor=none;opacity=30;" value="" vertex="1">
-           <mxGeometry height="569.9999999999999" width="290" x="30" as="geometry" />
+         <mxCell id="O208lChFFnD3IIj3Fjv--1" parent="1" style="text;html=1;whiteSpace=wrap;strokeColor=none;fillColor=none;align=center;verticalAlign=middle;rounded=0;" value="AB-Motoren genannt" vertex="1">
+           <mxGeometry height="30" width="90" x="80" y="425" as="geometry" />
+         </mxCell>
+         <mxCell id="O208lChFFnD3IIj3Fjv--2" edge="1" parent="1" source="_VjE9AJelsqWNRG-cR2B-52" style="edgeStyle=orthogonalEdgeStyle;rounded=0;orthogonalLoop=1;jettySize=auto;html=1;exitX=0;exitY=0.5;exitDx=0;exitDy=0;entryX=0.5;entryY=0;entryDx=0;entryDy=0;entryPerimeter=0;" target="_VjE9AJelsqWNRG-cR2B-42">
+           <mxGeometry relative="1" as="geometry" />
        </mxCell>
      </root>
    </mxGraphModel>
  </diagram>
</mxfile>
